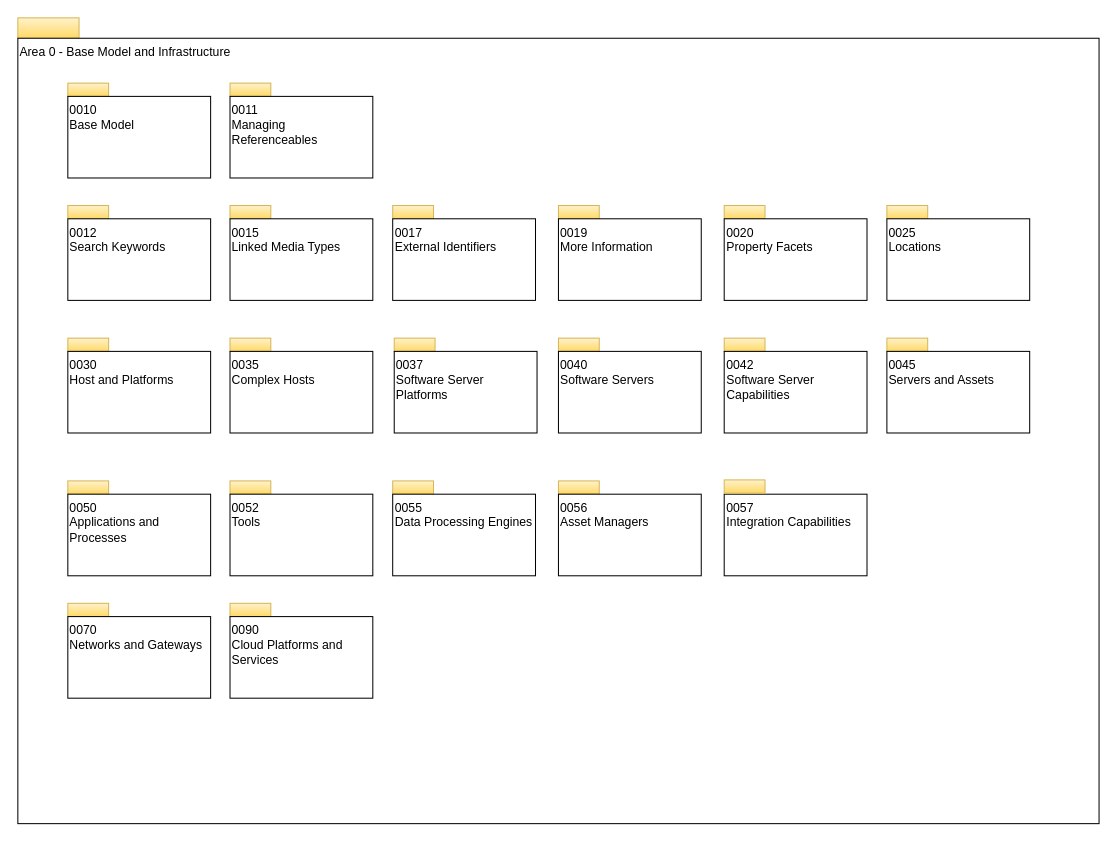
Earlier version of the draw.io diagram page "overview" (1 of 25) of open-metadata-publication/website/open-metadata-types/area-0-basic-types-and-infrastructure.drawio (odpi/egeria). Source tidied: cells renumbered, new cells numbered last; positions are measured from the earlier drawing's top-left corner, leaving out a move shared by most shapes. Both pictures are drawn from the tidied source at 102%, with x=0, y=0 at pixel (17, 17).
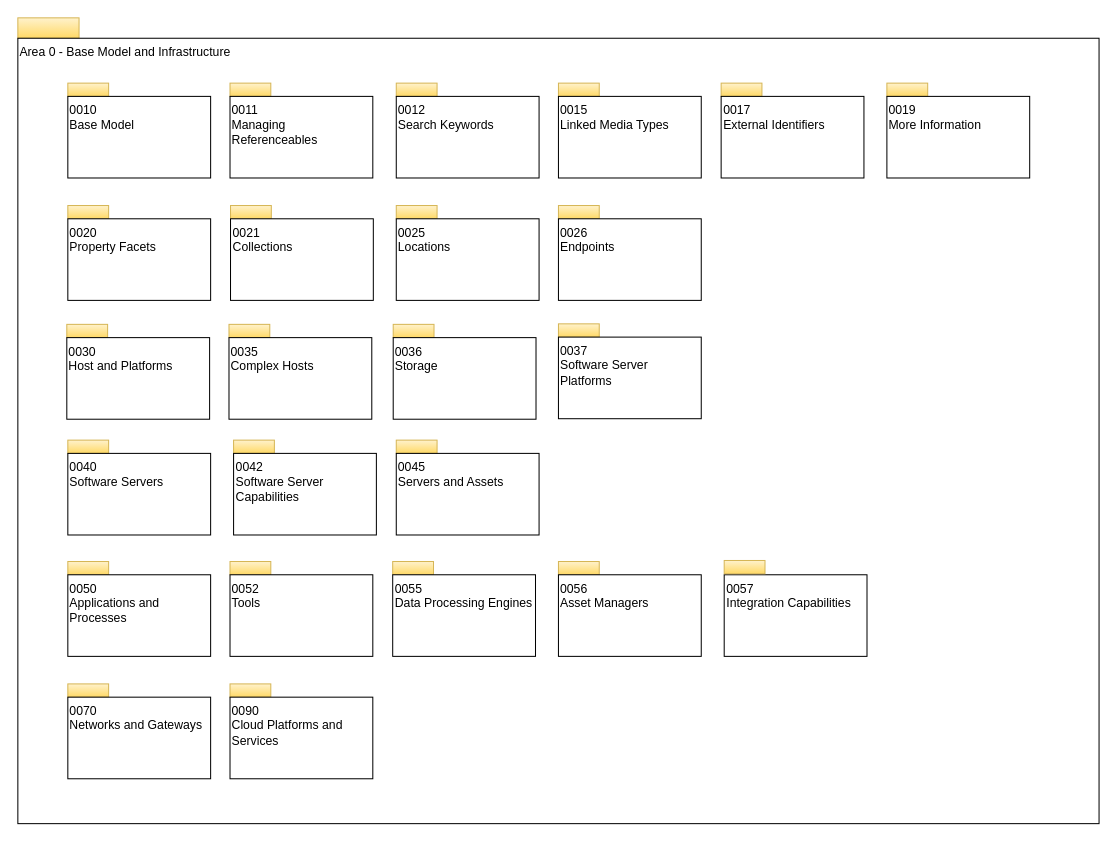
The same page after the edit.

Change to the diagram source:
```diff
@@
     <mxCell id="4" style="rounded=0;whiteSpace=wrap;html=1;align=left;fillColor=#fff2cc;strokeColor=#d6b656;gradientColor=#ffd966;" parent="1" vertex="1">
-      <mxGeometry x="49" y="184" width="40" height="13" as="geometry" />
+      <mxGeometry x="371" y="64" width="40" height="13" as="geometry" />
     </mxCell>
     <mxCell id="5" value="0012&lt;br&gt;Search Keywords" style="rounded=0;whiteSpace=wrap;html=1;align=left;verticalAlign=top;" parent="1" vertex="1">
-      <mxGeometry x="49" y="197" width="140" height="80" as="geometry" />
+      <mxGeometry x="371" y="77" width="140" height="80" as="geometry" />
     </mxCell>
     <mxCell id="6" style="rounded=0;whiteSpace=wrap;html=1;align=left;fillColor=#fff2cc;strokeColor=#d6b656;gradientColor=#ffd966;" parent="1" vertex="1">
-      <mxGeometry x="208" y="184" width="40" height="13" as="geometry" />
+      <mxGeometry x="530" y="64" width="40" height="13" as="geometry" />
     </mxCell>
     <mxCell id="7" value="0015&lt;br&gt;Linked Media Types" style="rounded=0;whiteSpace=wrap;html=1;align=left;verticalAlign=top;" parent="1" vertex="1">
-      <mxGeometry x="208" y="197" width="140" height="80" as="geometry" />
+      <mxGeometry x="530" y="77" width="140" height="80" as="geometry" />
     </mxCell>
     <mxCell id="8" style="rounded=0;whiteSpace=wrap;html=1;align=left;fillColor=#fff2cc;strokeColor=#d6b656;gradientColor=#ffd966;" parent="1" vertex="1">
-      <mxGeometry x="367.5" y="184" width="40" height="13" as="geometry" />
+      <mxGeometry x="689.5" y="64" width="40" height="13" as="geometry" />
     </mxCell>
     <mxCell id="9" value="0017&lt;br&gt;External Identifiers&lt;br&gt;" style="rounded=0;whiteSpace=wrap;html=1;align=left;verticalAlign=top;" parent="1" vertex="1">
-      <mxGeometry x="367.5" y="197" width="140" height="80" as="geometry" />
+      <mxGeometry x="689.5" y="77" width="140" height="80" as="geometry" />
     </mxCell>
     <mxCell id="10" style="rounded=0;whiteSpace=wrap;html=1;align=left;fillColor=#fff2cc;strokeColor=#d6b656;gradientColor=#ffd966;" parent="1" vertex="1">
-      <mxGeometry x="692.5" y="184" width="40" height="13" as="geometry" />
+      <mxGeometry x="49" y="184" width="40" height="13" as="geometry" />
     </mxCell>
     <mxCell id="11" value="0020&lt;br&gt;Property Facets&lt;br&gt;" style="rounded=0;whiteSpace=wrap;html=1;align=left;verticalAlign=top;" parent="1" vertex="1">
-      <mxGeometry x="692.5" y="197" width="140" height="80" as="geometry" />
+      <mxGeometry x="49" y="197" width="140" height="80" as="geometry" />
     </mxCell>
     <mxCell id="12" style="rounded=0;whiteSpace=wrap;html=1;align=left;fillColor=#fff2cc;strokeColor=#d6b656;gradientColor=#ffd966;" parent="1" vertex="1">
-      <mxGeometry x="852" y="184" width="40" height="13" as="geometry" />
+      <mxGeometry x="208.5" y="184" width="40" height="13" as="geometry" />
     </mxCell>
-    <mxCell id="13" value="0025&lt;br&gt;Locations&lt;br&gt;" style="rounded=0;whiteSpace=wrap;html=1;align=left;verticalAlign=top;" parent="1" vertex="1">
-      <mxGeometry x="852" y="197" width="140" height="80" as="geometry" />
+    <mxCell id="13" value="0021&lt;br&gt;Collections" style="rounded=0;whiteSpace=wrap;html=1;align=left;verticalAlign=top;" parent="1" vertex="1">
+      <mxGeometry x="208.5" y="197" width="140" height="80" as="geometry" />
     </mxCell>
     <mxCell id="14" style="rounded=0;whiteSpace=wrap;html=1;align=left;fillColor=#fff2cc;strokeColor=#d6b656;gradientColor=#ffd966;" parent="1" vertex="1">
-      <mxGeometry x="49" y="314" width="40" height="13" as="geometry" />
+      <mxGeometry x="48" y="300.5" width="40" height="13" as="geometry" />
     </mxCell>
     <mxCell id="15" value="0030&lt;br&gt;Host and Platforms&lt;br&gt;" style="rounded=0;whiteSpace=wrap;html=1;align=left;verticalAlign=top;" parent="1" vertex="1">
-      <mxGeometry x="49" y="327" width="140" height="80" as="geometry" />
+      <mxGeometry x="48" y="313.5" width="140" height="80" as="geometry" />
     </mxCell>
     <mxCell id="16" style="rounded=0;whiteSpace=wrap;html=1;align=left;fillColor=#fff2cc;strokeColor=#d6b656;gradientColor=#ffd966;" parent="1" vertex="1">
-      <mxGeometry x="208" y="314" width="40" height="13" as="geometry" />
+      <mxGeometry x="207" y="300.5" width="40" height="13" as="geometry" />
     </mxCell>
     <mxCell id="17" value="0035&lt;br&gt;Complex Hosts&lt;br&gt;" style="rounded=0;whiteSpace=wrap;html=1;align=left;verticalAlign=top;" parent="1" vertex="1">
-      <mxGeometry x="208" y="327" width="140" height="80" as="geometry" />
+      <mxGeometry x="207" y="313.5" width="140" height="80" as="geometry" />
     </mxCell>
     <mxCell id="18" style="rounded=0;whiteSpace=wrap;html=1;align=left;fillColor=#fff2cc;strokeColor=#d6b656;gradientColor=#ffd966;" parent="1" vertex="1">
-      <mxGeometry x="530" y="314" width="40" height="13" as="geometry" />
+      <mxGeometry x="49" y="414" width="40" height="13" as="geometry" />
     </mxCell>
     <mxCell id="19" value="0040&lt;br&gt;Software Servers&lt;br&gt;" style="rounded=0;whiteSpace=wrap;html=1;align=left;verticalAlign=top;" parent="1" vertex="1">
-      <mxGeometry x="530" y="327" width="140" height="80" as="geometry" />
+      <mxGeometry x="49" y="427" width="140" height="80" as="geometry" />
     </mxCell>
     <mxCell id="20" style="rounded=0;whiteSpace=wrap;html=1;align=left;fillColor=#fff2cc;strokeColor=#d6b656;gradientColor=#ffd966;" parent="1" vertex="1">
-      <mxGeometry x="692.5" y="314" width="40" height="13" as="geometry" />
+      <mxGeometry x="211.5" y="414" width="40" height="13" as="geometry" />
     </mxCell>
     <mxCell id="21" value="0042&lt;br&gt;Software Server Capabilities&lt;br&gt;" style="rounded=0;whiteSpace=wrap;html=1;align=left;verticalAlign=top;" parent="1" vertex="1">
-      <mxGeometry x="692.5" y="327" width="140" height="80" as="geometry" />
+      <mxGeometry x="211.5" y="427" width="140" height="80" as="geometry" />
     </mxCell>
     <mxCell id="22" style="rounded=0;whiteSpace=wrap;html=1;align=left;fillColor=#fff2cc;strokeColor=#d6b656;gradientColor=#ffd966;" parent="1" vertex="1">
-      <mxGeometry x="49" y="574" width="40" height="13" as="geometry" />
+      <mxGeometry x="49" y="653" width="40" height="13" as="geometry" />
     </mxCell>
     <mxCell id="23" value="0070&lt;br&gt;Networks and Gateways&lt;br&gt;" style="rounded=0;whiteSpace=wrap;html=1;align=left;verticalAlign=top;" parent="1" vertex="1">
-      <mxGeometry x="49" y="587" width="140" height="80" as="geometry" />
+      <mxGeometry x="49" y="666" width="140" height="80" as="geometry" />
     </mxCell>
     <mxCell id="24" style="rounded=0;whiteSpace=wrap;html=1;align=left;fillColor=#fff2cc;strokeColor=#d6b656;gradientColor=#ffd966;" parent="1" vertex="1">
-      <mxGeometry x="208" y="574" width="40" height="13" as="geometry" />
+      <mxGeometry x="208" y="653" width="40" height="13" as="geometry" />
     </mxCell>
     <mxCell id="25" value="0090&lt;br&gt;Cloud Platforms and Services&lt;br&gt;" style="rounded=0;whiteSpace=wrap;html=1;align=left;verticalAlign=top;" parent="1" vertex="1">
-      <mxGeometry x="208" y="587" width="140" height="80" as="geometry" />
+      <mxGeometry x="208" y="666" width="140" height="80" as="geometry" />
     </mxCell>
     <mxCell id="26" style="rounded=0;whiteSpace=wrap;html=1;align=left;fillColor=#fff2cc;strokeColor=#d6b656;gradientColor=#ffd966;" parent="1" vertex="1">
-      <mxGeometry x="49" y="454" width="40" height="13" as="geometry" />
+      <mxGeometry x="49" y="533" width="40" height="13" as="geometry" />
     </mxCell>
     <mxCell id="27" value="0050&lt;br&gt;Applications and&lt;br&gt;Processes&lt;br&gt;" style="rounded=0;whiteSpace=wrap;html=1;align=left;verticalAlign=top;" parent="1" vertex="1">
-      <mxGeometry x="49" y="467" width="140" height="80" as="geometry" />
+      <mxGeometry x="49" y="546" width="140" height="80" as="geometry" />
     </mxCell>
     <mxCell id="28" style="rounded=0;whiteSpace=wrap;html=1;align=left;fillColor=#fff2cc;strokeColor=#d6b656;gradientColor=#ffd966;" parent="1" vertex="1">
-      <mxGeometry x="208" y="454" width="40" height="13" as="geometry" />
+      <mxGeometry x="208" y="533" width="40" height="13" as="geometry" />
     </mxCell>
     <mxCell id="29" value="0052&lt;br&gt;Tools&lt;br&gt;" style="rounded=0;whiteSpace=wrap;html=1;align=left;verticalAlign=top;" parent="1" vertex="1">
-      <mxGeometry x="208" y="467" width="140" height="80" as="geometry" />
+      <mxGeometry x="208" y="546" width="140" height="80" as="geometry" />
     </mxCell>
     <mxCell id="30" style="rounded=0;whiteSpace=wrap;html=1;align=left;fillColor=#fff2cc;strokeColor=#d6b656;gradientColor=#ffd966;" parent="1" vertex="1">
-      <mxGeometry x="367.5" y="454" width="40" height="13" as="geometry" />
+      <mxGeometry x="367.5" y="533" width="40" height="13" as="geometry" />
     </mxCell>
     <mxCell id="31" value="0055&lt;br&gt;Data Processing Engines&lt;br&gt;" style="rounded=0;whiteSpace=wrap;html=1;align=left;verticalAlign=top;" parent="1" vertex="1">
-      <mxGeometry x="367.5" y="467" width="140" height="80" as="geometry" />
+      <mxGeometry x="367.5" y="546" width="140" height="80" as="geometry" />
     </mxCell>
     <mxCell id="32" style="rounded=0;whiteSpace=wrap;html=1;align=left;fillColor=#fff2cc;strokeColor=#d6b656;gradientColor=#ffd966;" parent="1" vertex="1">
-      <mxGeometry x="369" y="314" width="40" height="13" as="geometry" />
+      <mxGeometry x="368" y="300.5" width="40" height="13" as="geometry" />
     </mxCell>
-    <mxCell id="33" value="0037&lt;br&gt;Software Server Platforms" style="rounded=0;whiteSpace=wrap;html=1;align=left;verticalAlign=top;" parent="1" vertex="1">
-      <mxGeometry x="369" y="327" width="140" height="80" as="geometry" />
+    <mxCell id="33" value="0036&lt;br&gt;Storage" style="rounded=0;whiteSpace=wrap;html=1;align=left;verticalAlign=top;" parent="1" vertex="1">
+      <mxGeometry x="368" y="313.5" width="140" height="80" as="geometry" />
     </mxCell>
     <mxCell id="34" style="rounded=0;whiteSpace=wrap;html=1;align=left;fillColor=#fff2cc;strokeColor=#d6b656;gradientColor=#ffd966;" parent="1" vertex="1">
-      <mxGeometry x="852" y="314" width="40" height="13" as="geometry" />
+      <mxGeometry x="371" y="414" width="40" height="13" as="geometry" />
     </mxCell>
     <mxCell id="35" value="0045&lt;br&gt;Servers and Assets&lt;br&gt;" style="rounded=0;whiteSpace=wrap;html=1;align=left;verticalAlign=top;" parent="1" vertex="1">
-      <mxGeometry x="852" y="327" width="140" height="80" as="geometry" />
+      <mxGeometry x="371" y="427" width="140" height="80" as="geometry" />
     </mxCell>
     <mxCell id="36" style="rounded=0;whiteSpace=wrap;html=1;align=left;fillColor=#fff2cc;strokeColor=#d6b656;gradientColor=#ffd966;" parent="1" vertex="1">
-      <mxGeometry x="530" y="184" width="40" height="13" as="geometry" />
+      <mxGeometry x="852" y="64" width="40" height="13" as="geometry" />
     </mxCell>
     <mxCell id="37" value="0019&lt;br&gt;More Information" style="rounded=0;whiteSpace=wrap;html=1;align=left;verticalAlign=top;" parent="1" vertex="1">
-      <mxGeometry x="530" y="197" width="140" height="80" as="geometry" />
+      <mxGeometry x="852" y="77" width="140" height="80" as="geometry" />
     </mxCell>
     <mxCell id="38" style="rounded=0;whiteSpace=wrap;html=1;align=left;fillColor=#fff2cc;strokeColor=#d6b656;gradientColor=#ffd966;" parent="1" vertex="1">
-      <mxGeometry x="530" y="454" width="40" height="13" as="geometry" />
+      <mxGeometry x="530" y="533" width="40" height="13" as="geometry" />
     </mxCell>
     <mxCell id="39" value="0056&lt;br&gt;Asset Managers" style="rounded=0;whiteSpace=wrap;html=1;align=left;verticalAlign=top;" parent="1" vertex="1">
-      <mxGeometry x="530" y="467" width="140" height="80" as="geometry" />
+      <mxGeometry x="530" y="546" width="140" height="80" as="geometry" />
     </mxCell>
@@
     <mxCell id="44" value="0057&lt;br&gt;Integration Capabilities" style="rounded=0;whiteSpace=wrap;html=1;align=left;verticalAlign=top;" parent="1" vertex="1">
-      <mxGeometry x="692.5" y="467" width="140" height="80" as="geometry" />
+      <mxGeometry x="692.5" y="546" width="140" height="80" as="geometry" />
     </mxCell>
     <mxCell id="45" style="rounded=0;whiteSpace=wrap;html=1;align=left;fillColor=#fff2cc;strokeColor=#d6b656;gradientColor=#ffd966;" parent="1" vertex="1">
-      <mxGeometry x="692.5" y="453" width="40" height="13" as="geometry" />
+      <mxGeometry x="692.5" y="532" width="40" height="13" as="geometry" />
     </mxCell>
+    <mxCell id="46" style="rounded=0;whiteSpace=wrap;html=1;align=left;fillColor=#fff2cc;strokeColor=#d6b656;gradientColor=#ffd966;" parent="1" vertex="1">
+      <mxGeometry x="371" y="184" width="40" height="13" as="geometry" />
+    </mxCell>
+    <mxCell id="47" value="0025&lt;br&gt;Locations&lt;br&gt;" style="rounded=0;whiteSpace=wrap;html=1;align=left;verticalAlign=top;" parent="1" vertex="1">
+      <mxGeometry x="371" y="197" width="140" height="80" as="geometry" />
+    </mxCell>
+    <mxCell id="48" style="rounded=0;whiteSpace=wrap;html=1;align=left;fillColor=#fff2cc;strokeColor=#d6b656;gradientColor=#ffd966;" parent="1" vertex="1">
+      <mxGeometry x="530" y="184" width="40" height="13" as="geometry" />
+    </mxCell>
+    <mxCell id="49" value="0026&lt;br&gt;Endpoints" style="rounded=0;whiteSpace=wrap;html=1;align=left;verticalAlign=top;" parent="1" vertex="1">
+      <mxGeometry x="530" y="197" width="140" height="80" as="geometry" />
+    </mxCell>
+    <mxCell id="50" style="rounded=0;whiteSpace=wrap;html=1;align=left;fillColor=#fff2cc;strokeColor=#d6b656;gradientColor=#ffd966;" parent="1" vertex="1">
+      <mxGeometry x="530" y="300" width="40" height="13" as="geometry" />
+    </mxCell>
+    <mxCell id="51" value="0037&lt;br&gt;Software Server Platforms" style="rounded=0;whiteSpace=wrap;html=1;align=left;verticalAlign=top;" parent="1" vertex="1">
+      <mxGeometry x="530" y="313" width="140" height="80" as="geometry" />
+    </mxCell>
```
